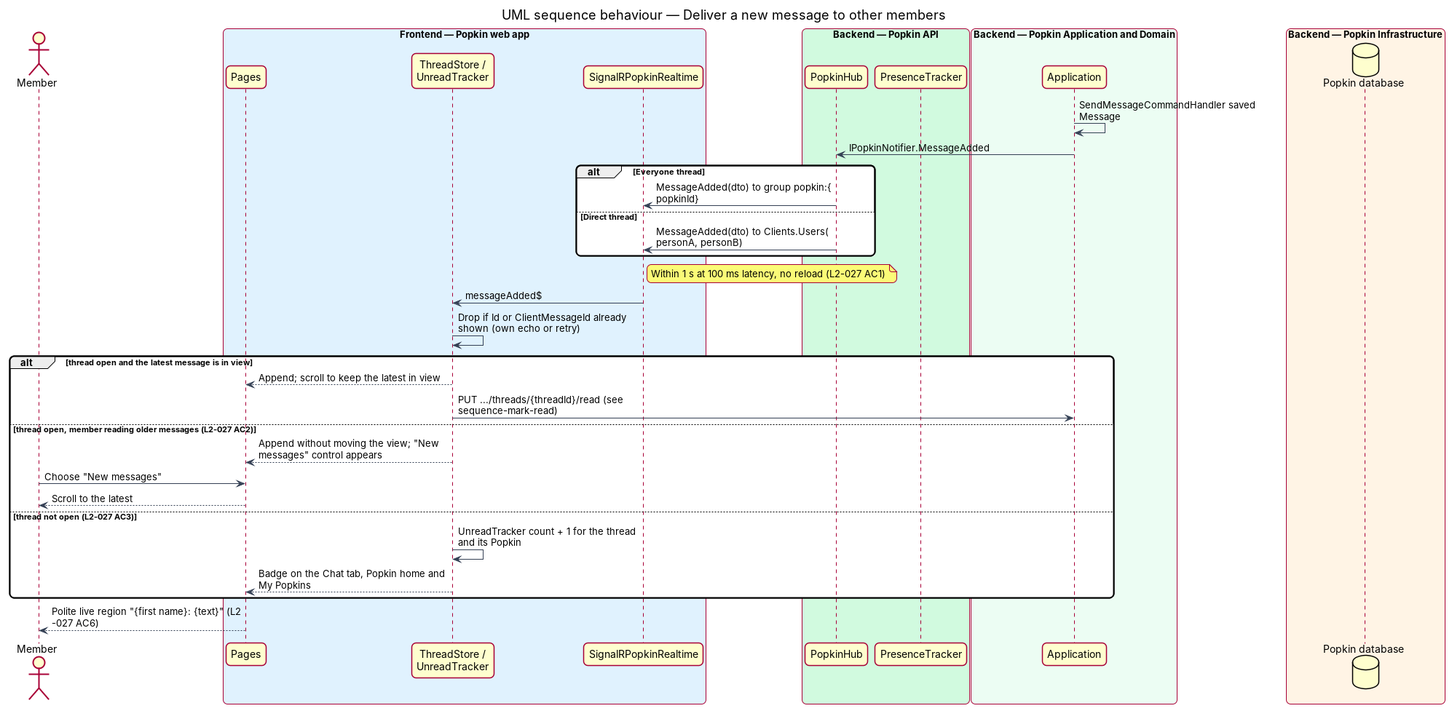
Before: docs/detailed-designs/chat/live-messages/diagrams/sequence-deliver-message.png, a diagram exported from PlantUML (QuinntyneBrown/popkin). Its source is kept beside it as docs/detailed-designs/chat/live-messages/diagrams/sequence-deliver-message.puml.
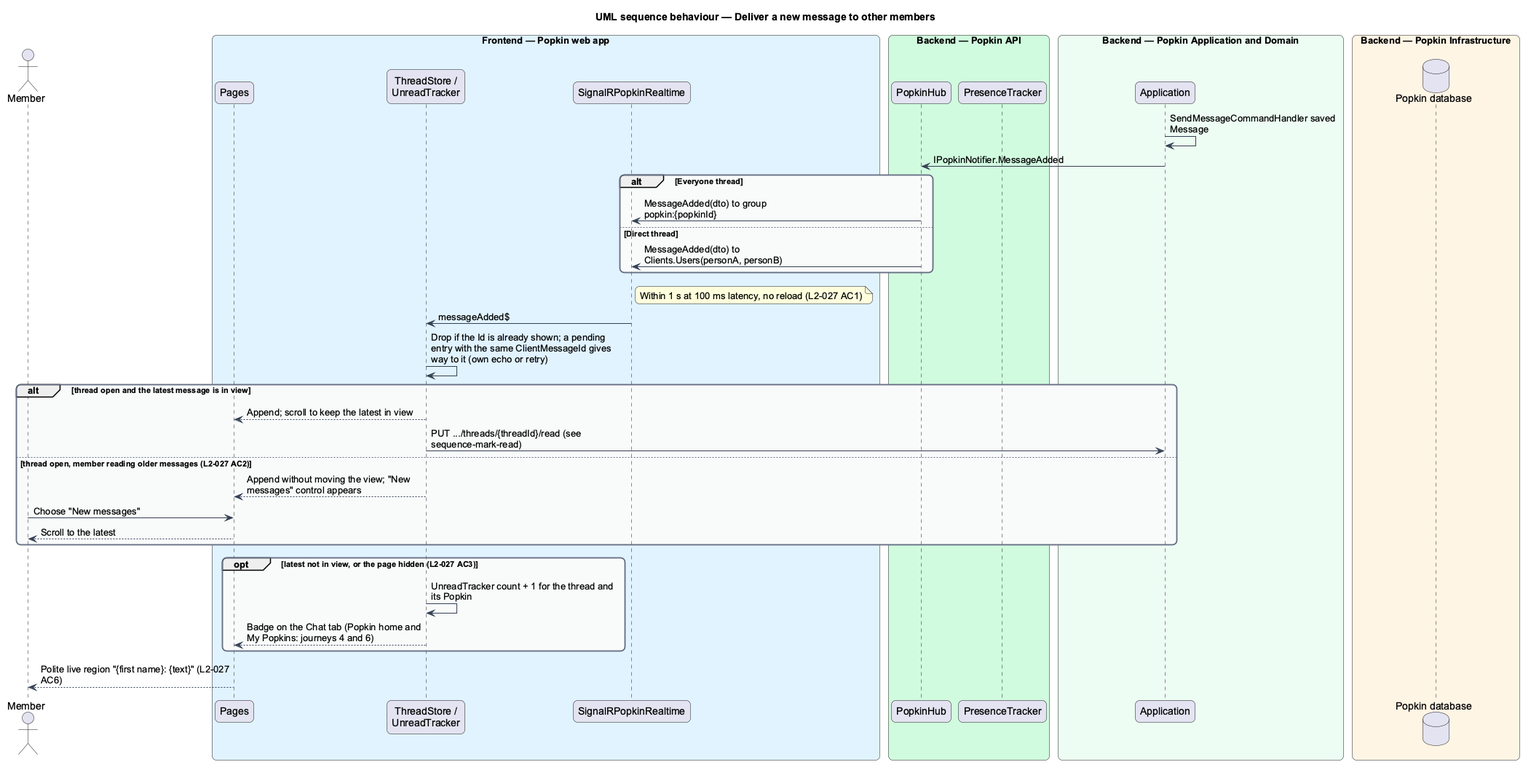
The same file after the commit.

Diff of the diagram source:
```diff
@@ -41,7 +41,7 @@
 end
 note right of rt : Within 1 s at 100 ms latency, no reload (L2-027 AC1)
 rt -> store : messageAdded$
-store -> store : Drop if Id or ClientMessageId already shown (own echo or retry)
+store -> store : Drop if the Id is already shown; a pending entry with the same ClientMessageId gives way to it (own echo or retry)
 alt thread open and the latest message is in view
   store --> page : Append; scroll to keep the latest in view
   store -> handler : PUT .../threads/{threadId}/read (see sequence-mark-read)
@@ -49,9 +49,10 @@
   store --> page : Append without moving the view; "New messages" control appears
   actor -> page : Choose "New messages"
   page --> actor : Scroll to the latest
-else thread not open (L2-027 AC3)
+end
+opt latest not in view, or the page hidden (L2-027 AC3)
   store -> store : UnreadTracker count + 1 for the thread and its Popkin
-  store --> page : Badge on the Chat tab, Popkin home and My Popkins
+  store --> page : Badge on the Chat tab (Popkin home and My Popkins: journeys 4 and 6)
 end
 page --> actor : Polite live region "{first name}: {text}" (L2-027 AC6)
 @enduml
```
